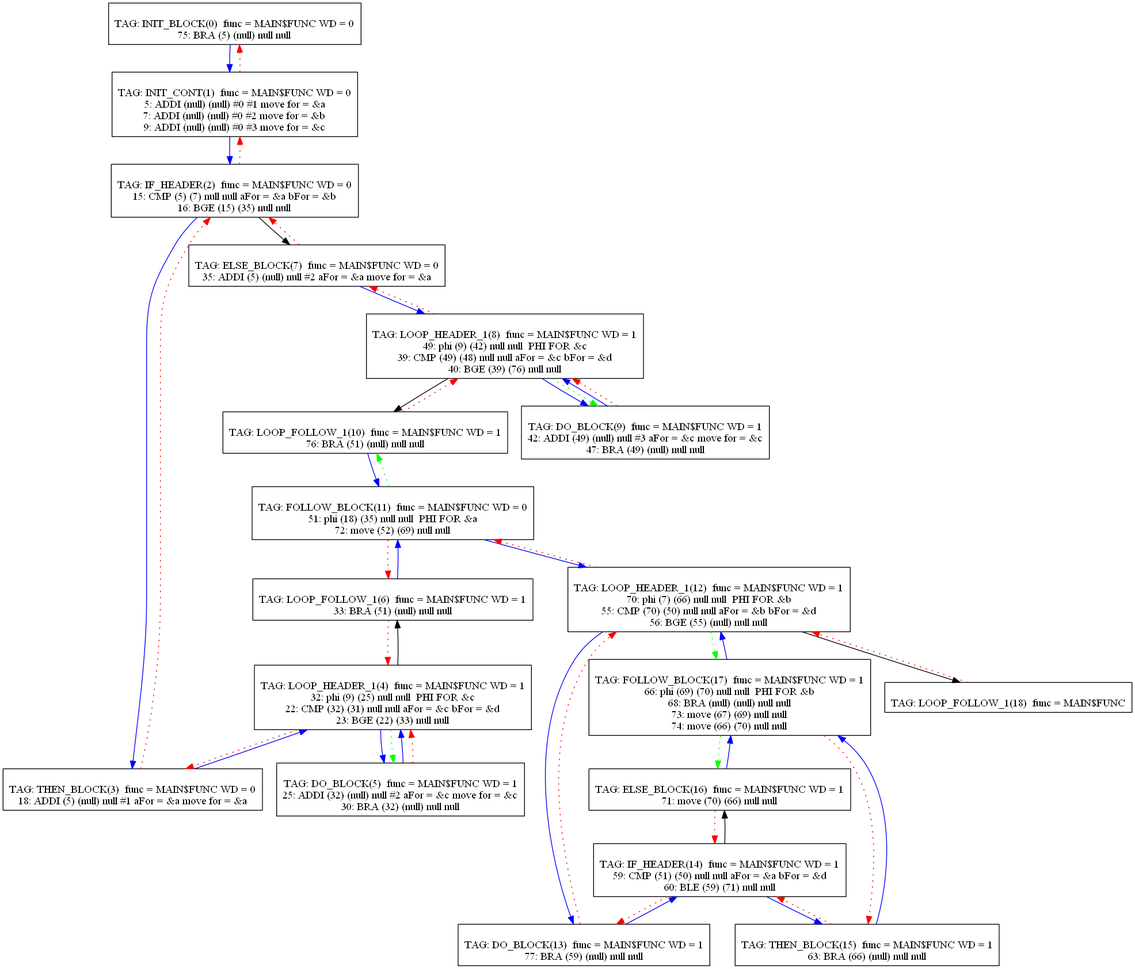
Above: Compiler/11graph.png in mbajaj92/Project-Astoria (Graphviz), before the change. Its source is kept beside it as Compiler/11graph.dot.
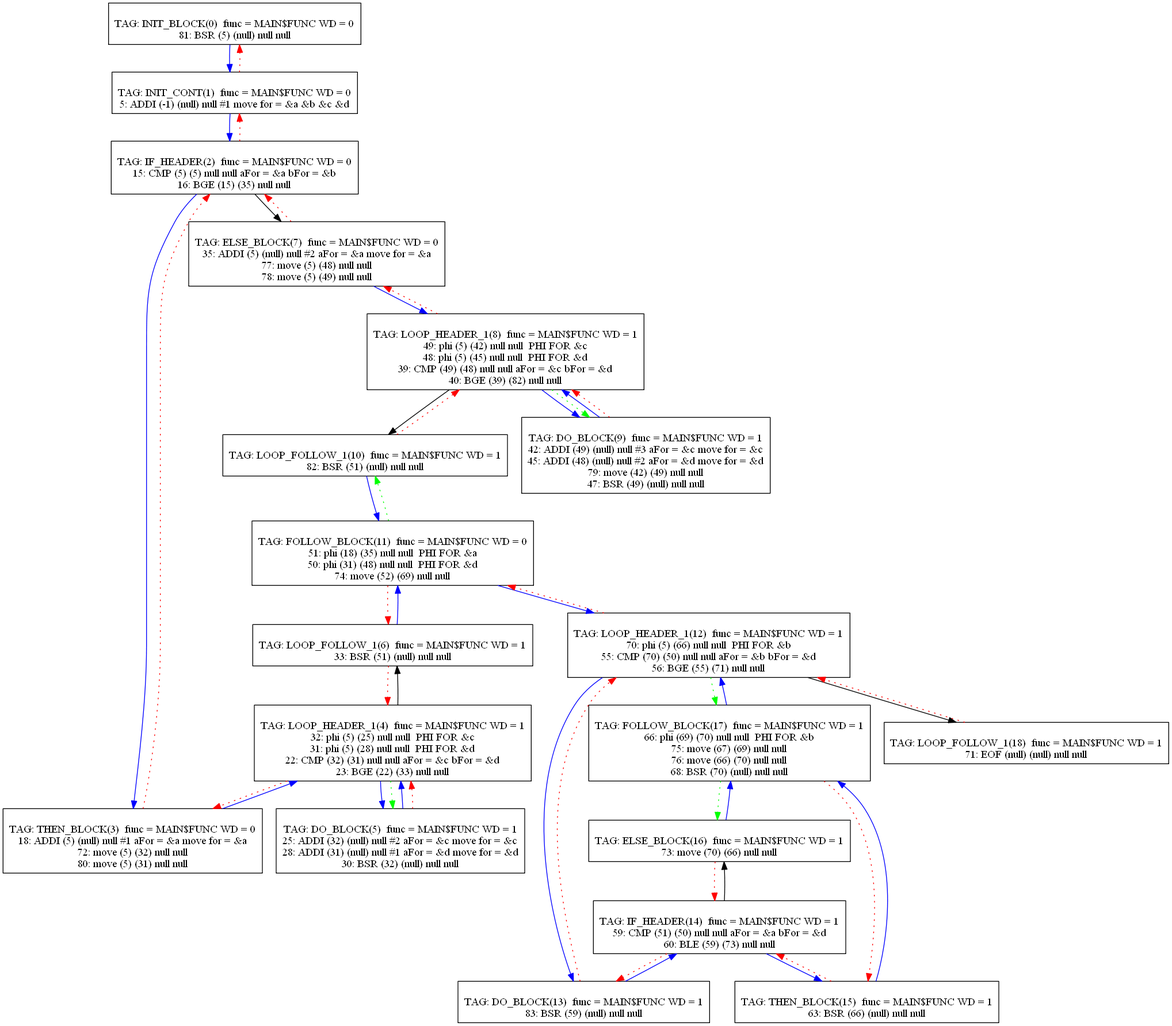
The same file after the commit.

Diff of the diagram source:
```diff
@@ -1,22 +1,20 @@
 digraph {
 0[label="
 TAG: INIT_BLOCK(0)  func = MAIN$FUNC WD = 0
-75: BRA (5) (null) null null
+81: BSR (5) (null) null null
 "];
 0[shape=box];
 0 -> 1[color=blue]
 1[label="
 TAG: INIT_CONT(1)  func = MAIN$FUNC WD = 0
-5: ADDI (null) (null) #0 #1 move for = &a
-7: ADDI (null) (null) #0 #2 move for = &b
-9: ADDI (null) (null) #0 #3 move for = &c
+5: ADDI (-1) (null) null #1 move for = &a &b &c &d
 "];
 1[shape=box];
 1 -> 2[color=blue]
 1 -> 0[color=red][style=dotted]
 2[label="
 TAG: IF_HEADER(2)  func = MAIN$FUNC WD = 0
-15: CMP (5) (7) null null aFor = &a bFor = &b
+15: CMP (5) (5) null null aFor = &a bFor = &b
 16: BGE (15) (35) null null
 "];
 2[shape=box];
@@ -26,13 +24,16 @@
 3[label="
 TAG: THEN_BLOCK(3)  func = MAIN$FUNC WD = 0
 18: ADDI (5) (null) null #1 aFor = &a move for = &a
+72: move (5) (32) null null
+80: move (5) (31) null null
 "];
 3[shape=box];
 3 -> 4[color=blue]
 3 -> 2[color=red][style=dotted]
 4[label="
 TAG: LOOP_HEADER_1(4)  func = MAIN$FUNC WD = 1
-32: phi (9) (25) null null  PHI FOR &c
+32: phi (5) (25) null null  PHI FOR &c
+31: phi (5) (28) null null  PHI FOR &d
 22: CMP (32) (31) null null aFor = &c bFor = &d
 23: BGE (22) (33) null null
 "];
@@ -44,14 +45,15 @@
 5[label="
 TAG: DO_BLOCK(5)  func = MAIN$FUNC WD = 1
 25: ADDI (32) (null) null #2 aFor = &c move for = &c
-30: BRA (32) (null) null null
+28: ADDI (31) (null) null #1 aFor = &d move for = &d
+30: BSR (32) (null) null null
 "];
 5[shape=box];
 5 -> 4[color=blue]
 5 -> 4[color=red][style=dotted]
 6[label="
 TAG: LOOP_FOLLOW_1(6)  func = MAIN$FUNC WD = 1
-33: BRA (51) (null) null null
+33: BSR (51) (null) null null
 "];
 6[shape=box];
 6 -> 11[color=blue]
@@ -59,15 +61,18 @@
 7[label="
 TAG: ELSE_BLOCK(7)  func = MAIN$FUNC WD = 0
 35: ADDI (5) (null) null #2 aFor = &a move for = &a
+77: move (5) (48) null null
+78: move (5) (49) null null
 "];
 7[shape=box];
 7 -> 8[color=blue]
 7 -> 2[color=red][style=dotted]
 8[label="
 TAG: LOOP_HEADER_1(8)  func = MAIN$FUNC WD = 1
-49: phi (9) (42) null null  PHI FOR &c
+49: phi (5) (42) null null  PHI FOR &c
+48: phi (5) (45) null null  PHI FOR &d
 39: CMP (49) (48) null null aFor = &c bFor = &d
-40: BGE (39) (76) null null
+40: BGE (39) (82) null null
 "];
 8[shape=box];
 8 -> 9[color=blue]
@@ -77,14 +82,16 @@
 9[label="
 TAG: DO_BLOCK(9)  func = MAIN$FUNC WD = 1
 42: ADDI (49) (null) null #3 aFor = &c move for = &c
-47: BRA (49) (null) null null
+45: ADDI (48) (null) null #2 aFor = &d move for = &d
+79: move (42) (49) null null
+47: BSR (49) (null) null null
 "];
 9[shape=box];
 9 -> 8[color=blue]
 9 -> 8[color=red][style=dotted]
 10[label="
 TAG: LOOP_FOLLOW_1(10)  func = MAIN$FUNC WD = 1
-76: BRA (51) (null) null null
+82: BSR (51) (null) null null
 "];
 10[shape=box];
 10 -> 11[color=blue]
@@ -92,7 +99,8 @@
 11[label="
 TAG: FOLLOW_BLOCK(11)  func = MAIN$FUNC WD = 0
 51: phi (18) (35) null null  PHI FOR &a
-72: move (52) (69) null null
+50: phi (31) (48) null null  PHI FOR &d
+74: move (52) (69) null null
 "];
 11[shape=box];
 11 -> 12[color=blue]
@@ -100,9 +108,9 @@
 11 -> 10[color=green][style=dotted]
 12[label="
 TAG: LOOP_HEADER_1(12)  func = MAIN$FUNC WD = 1
-70: phi (7) (66) null null  PHI FOR &b
+70: phi (5) (66) null null  PHI FOR &b
 55: CMP (70) (50) null null aFor = &b bFor = &d
-56: BGE (55) (null) null null
+56: BGE (55) (71) null null
 "];
 12[shape=box];
 12 -> 13[color=blue]
@@ -111,7 +119,7 @@
 12 -> 17[color=green][style=dotted]
 13[label="
 TAG: DO_BLOCK(13)  func = MAIN$FUNC WD = 1
-77: BRA (59) (null) null null
+83: BSR (59) (null) null null
 "];
 13[shape=box];
 13 -> 14[color=blue]
@@ -119,7 +127,7 @@
 14[label="
 TAG: IF_HEADER(14)  func = MAIN$FUNC WD = 1
 59: CMP (51) (50) null null aFor = &a bFor = &d
-60: BLE (59) (71) null null
+60: BLE (59) (73) null null
 "];
 14[shape=box];
 14 -> 15[color=blue]
@@ -127,14 +135,14 @@
 14 -> 13[color=red][style=dotted]
 15[label="
 TAG: THEN_BLOCK(15)  func = MAIN$FUNC WD = 1
-63: BRA (66) (null) null null
+63: BSR (66) (null) null null
 "];
 15[shape=box];
 15 -> 17[color=blue]
 15 -> 14[color=red][style=dotted]
 16[label="
 TAG: ELSE_BLOCK(16)  func = MAIN$FUNC WD = 1
-71: move (70) (66) null null
+73: move (70) (66) null null
 "];
 16[shape=box];
 16 -> 17[color=blue]
@@ -142,16 +150,17 @@
 17[label="
 TAG: FOLLOW_BLOCK(17)  func = MAIN$FUNC WD = 1
 66: phi (69) (70) null null  PHI FOR &b
-68: BRA (null) (null) null null
-73: move (67) (69) null null
-74: move (66) (70) null null
+75: move (67) (69) null null
+76: move (66) (70) null null
+68: BSR (70) (null) null null
 "];
 17[shape=box];
 17 -> 12[color=blue]
 17 -> 15[color=red][style=dotted]
 17 -> 16[color=green][style=dotted]
 18[label="
-TAG: LOOP_FOLLOW_1(18)  func = MAIN$FUNC
+TAG: LOOP_FOLLOW_1(18)  func = MAIN$FUNC WD = 1
+71: EOF (null) (null) null null
 "];
 18[shape=box];
 18 -> 12[color=red][style=dotted]
```
